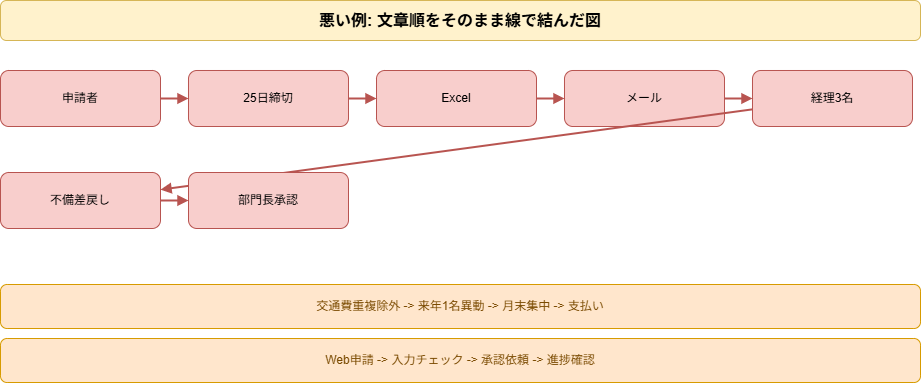
Above: docs/zukai-drill/data/diagrams/expense-workflow-redesign_bad-diagram.drawio.png in kaku3/workbooks (draw.io), before the change. Source tidied: cells renumbered, new cells last; positions are measured from the earlier drawing's top-left corner, leaving out a move shared by most shapes. The source it was exported from:
```xml
<mxGraphModel>
  <root>
    <mxCell id="0" />
    <mxCell id="1" parent="0" />
    <mxCell id="2" value="悪い例: 文章順をそのまま線で結んだ図" style="rounded=1;whiteSpace=wrap;html=1;fillColor=#fff2cc;strokeColor=#d6b656;fontSize=16;fontStyle=1;" parent="1" vertex="1">
      <mxGeometry width="920" height="40" as="geometry" />
    </mxCell>
    <mxCell id="3" value="申請者" style="rounded=1;whiteSpace=wrap;html=1;fillColor=#f8cecc;strokeColor=#b85450;" parent="1" vertex="1">
      <mxGeometry y="70" width="160" height="56" as="geometry" />
    </mxCell>
    <mxCell id="4" value="25日締切" style="rounded=1;whiteSpace=wrap;html=1;fillColor=#f8cecc;strokeColor=#b85450;" parent="1" vertex="1">
      <mxGeometry x="188" y="70" width="160" height="56" as="geometry" />
    </mxCell>
    <mxCell id="5" style="endArrow=block;html=1;rounded=0;strokeColor=#b85450;strokeWidth=2;" parent="1" edge="1" source="3" target="4">
      <mxGeometry relative="1" as="geometry" />
    </mxCell>
    <mxCell id="6" value="Excel" style="rounded=1;whiteSpace=wrap;html=1;fillColor=#f8cecc;strokeColor=#b85450;" parent="1" vertex="1">
      <mxGeometry x="376" y="70" width="160" height="56" as="geometry" />
    </mxCell>
    <mxCell id="7" style="endArrow=block;html=1;rounded=0;strokeColor=#b85450;strokeWidth=2;" parent="1" edge="1" source="4" target="6">
      <mxGeometry relative="1" as="geometry" />
    </mxCell>
    <mxCell id="8" value="メール" style="rounded=1;whiteSpace=wrap;html=1;fillColor=#f8cecc;strokeColor=#b85450;" parent="1" vertex="1">
      <mxGeometry x="564" y="70" width="160" height="56" as="geometry" />
    </mxCell>
    <mxCell id="9" style="endArrow=block;html=1;rounded=0;strokeColor=#b85450;strokeWidth=2;" parent="1" edge="1" source="6" target="8">
      <mxGeometry relative="1" as="geometry" />
    </mxCell>
    <mxCell id="10" value="経理3名" style="rounded=1;whiteSpace=wrap;html=1;fillColor=#f8cecc;strokeColor=#b85450;" parent="1" vertex="1">
      <mxGeometry x="752" y="70" width="160" height="56" as="geometry" />
    </mxCell>
    <mxCell id="11" style="endArrow=block;html=1;rounded=0;strokeColor=#b85450;strokeWidth=2;" parent="1" edge="1" source="8" target="10">
      <mxGeometry relative="1" as="geometry" />
    </mxCell>
    <mxCell id="12" value="不備差戻し" style="rounded=1;whiteSpace=wrap;html=1;fillColor=#f8cecc;strokeColor=#b85450;" parent="1" vertex="1">
      <mxGeometry y="172" width="160" height="56" as="geometry" />
    </mxCell>
    <mxCell id="13" style="endArrow=block;html=1;rounded=0;strokeColor=#b85450;strokeWidth=2;" parent="1" edge="1" source="10" target="12">
      <mxGeometry relative="1" as="geometry" />
    </mxCell>
    <mxCell id="14" value="部門長承認" style="rounded=1;whiteSpace=wrap;html=1;fillColor=#f8cecc;strokeColor=#b85450;" parent="1" vertex="1">
      <mxGeometry x="188" y="172" width="160" height="56" as="geometry" />
    </mxCell>
    <mxCell id="15" style="endArrow=block;html=1;rounded=0;strokeColor=#b85450;strokeWidth=2;" parent="1" edge="1" source="12" target="14">
      <mxGeometry relative="1" as="geometry" />
    </mxCell>
    <mxCell id="16" value="交通費重複除外 -&gt; 来年1名異動 -&gt; 月末集中 -&gt; 支払い" style="rounded=1;whiteSpace=wrap;html=1;fillColor=#ffe6cc;strokeColor=#d79b00;fontColor=#7a4a00;" parent="1" vertex="1">
      <mxGeometry y="284" width="920" height="44" as="geometry" />
    </mxCell>
    <mxCell id="17" value="Web申請 -&gt; 入力チェック -&gt; 承認依頼 -&gt; 進捗確認" style="rounded=1;whiteSpace=wrap;html=1;fillColor=#ffe6cc;strokeColor=#d79b00;fontColor=#7a4a00;" parent="1" vertex="1">
      <mxGeometry y="338" width="920" height="44" as="geometry" />
    </mxCell>
  </root>
</mxGraphModel>
```
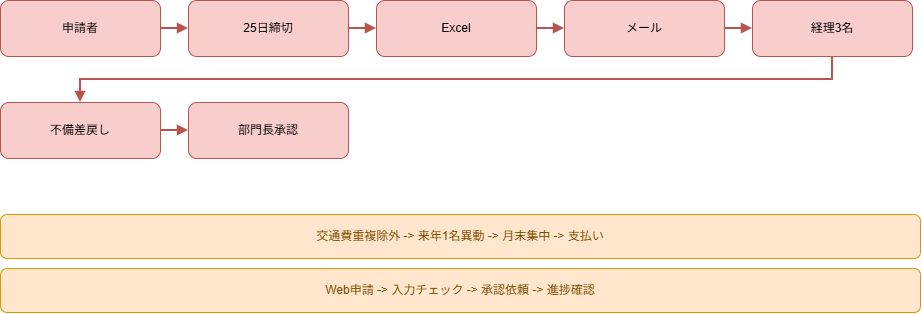
After the change.

Change to the diagram source:
```diff
@@ -2,9 +2,6 @@
   <root>
     <mxCell id="0" />
     <mxCell id="1" parent="0" />
-    <mxCell id="2" value="悪い例: 文章順をそのまま線で結んだ図" style="rounded=1;whiteSpace=wrap;html=1;fillColor=#fff2cc;strokeColor=#d6b656;fontSize=16;fontStyle=1;" parent="1" vertex="1">
-      <mxGeometry width="920" height="40" as="geometry" />
-    </mxCell>
     <mxCell id="3" value="申請者" style="rounded=1;whiteSpace=wrap;html=1;fillColor=#f8cecc;strokeColor=#b85450;" parent="1" vertex="1">
       <mxGeometry y="70" width="160" height="56" as="geometry" />
     </mxCell>
@@ -35,7 +32,7 @@
     <mxCell id="12" value="不備差戻し" style="rounded=1;whiteSpace=wrap;html=1;fillColor=#f8cecc;strokeColor=#b85450;" parent="1" vertex="1">
       <mxGeometry y="172" width="160" height="56" as="geometry" />
     </mxCell>
-    <mxCell id="13" style="endArrow=block;html=1;rounded=0;strokeColor=#b85450;strokeWidth=2;" parent="1" edge="1" source="10" target="12">
+    <mxCell id="13" style="endArrow=block;html=1;rounded=0;strokeColor=#b85450;strokeWidth=2;edgeStyle=orthogonalEdgeStyle;exitX=0.5;exitY=1;exitDx=0;exitDy=0;" parent="1" edge="1" source="10" target="12">
       <mxGeometry relative="1" as="geometry" />
     </mxCell>
     <mxCell id="14" value="部門長承認" style="rounded=1;whiteSpace=wrap;html=1;fillColor=#f8cecc;strokeColor=#b85450;" parent="1" vertex="1">
```
